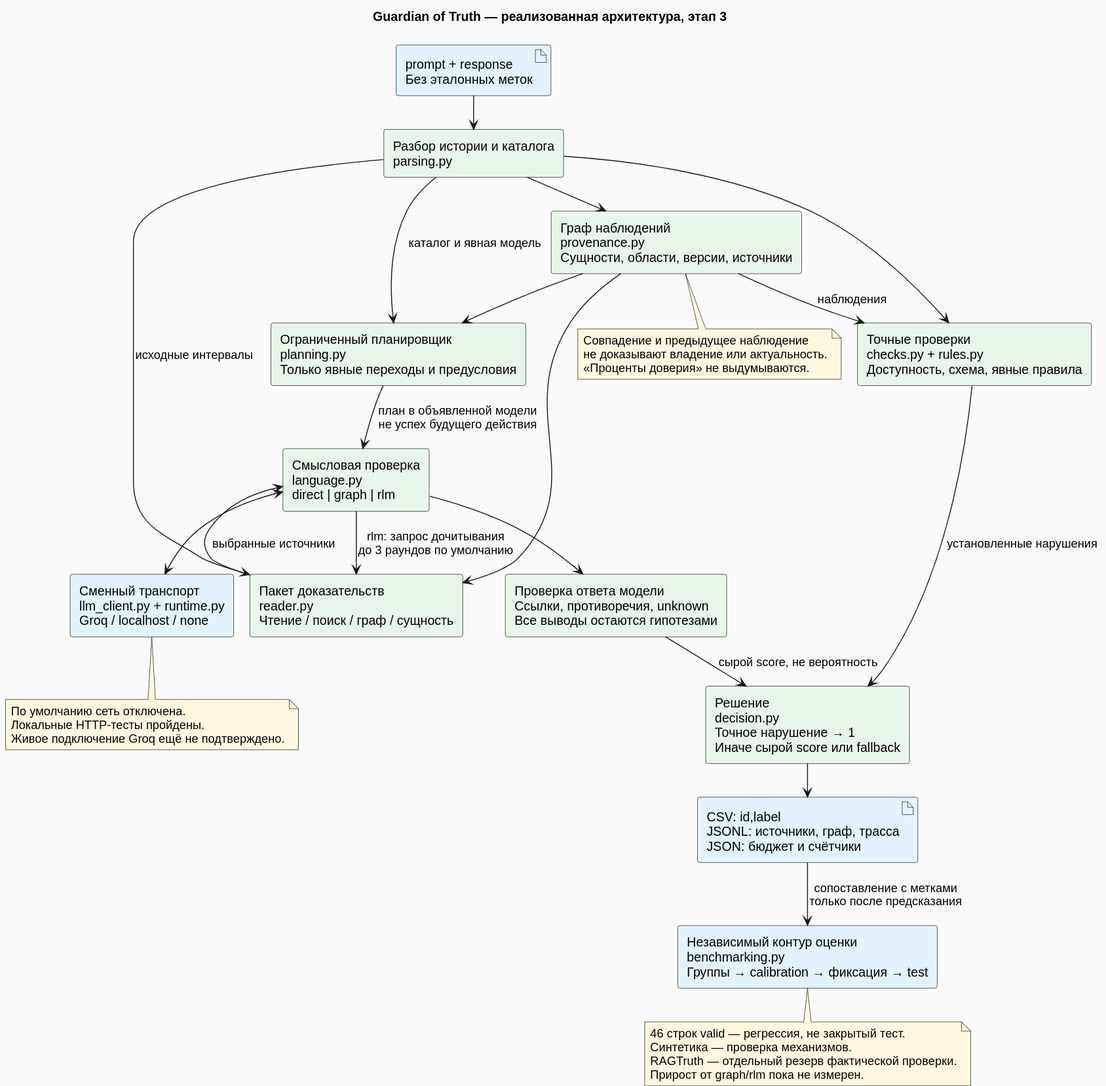
Before: docs/07_implemented_architecture.svg, a diagram exported from PlantUML (MYC-A/Guardian-of-Truth). Source of this version:
```plantuml
@startuml
!pragma layout smetana
title Guardian of Truth — реализованная архитектура, этап 3
top to bottom direction
skinparam backgroundColor #FAFAFA
skinparam shadowing false
skinparam defaultFontName Arial
skinparam componentStyle rectangle
skinparam componentBackgroundColor #E8F5E9
skinparam noteBackgroundColor #FFF8E1

artifact "prompt + response\nБез эталонных меток" as INPUT #E3F2FD
component "Разбор истории и каталога\nparsing.py" as PARSE
component "Точные проверки\nchecks.py + rules.py\nДоступность, схема, явные правила" as RULES
component "Граф наблюдений\nprovenance.py\nСущности, области, версии, источники" as GRAPH
component "Ограниченный планировщик\nplanning.py\nТолько явные переходы и предусловия" as PLAN
component "Пакет доказательств\nreader.py\nЧтение / поиск / граф / сущность" as READER
component "Смысловая проверка\nlanguage.py\ndirect | graph | rlm" as LLM
component "Проверка ответа модели\nСсылки, противоречия, unknown\nВсе выводы остаются гипотезами" as VALIDATE
component "Сменный транспорт\nllm_client.py + runtime.py\nGroq / localhost / none" as TRANSPORT #E3F2FD
component "Решение\ndecision.py\nТочное нарушение → 1\nИначе сырой score или fallback" as DECISION
artifact "CSV: id,label\nJSONL: источники, граф, трасса\nJSON: бюджет и счётчики" as OUTPUT #E3F2FD
component "Независимый контур оценки\nbenchmarking.py\nГруппы → calibration → фиксация → test" as EVAL #E3F2FD

INPUT --> PARSE
PARSE --> RULES
PARSE --> GRAPH
GRAPH --> RULES : наблюдения
GRAPH --> PLAN
PARSE --> PLAN : каталог и явная модель
GRAPH --> READER
PARSE --> READER : исходные интервалы
PLAN --> LLM : план в объявленной модели\nне успех будущего действия
READER --> LLM : выбранные источники
LLM --> READER : rlm: запрос дочитывания\nдо 3 раундов по умолчанию
LLM <--> TRANSPORT
LLM --> VALIDATE
VALIDATE --> DECISION : сырой score, не вероятность
RULES --> DECISION : установленные нарушения
DECISION --> OUTPUT
OUTPUT --> EVAL : сопоставление с метками\nтолько после предсказания

note bottom of TRANSPORT
  По умолчанию сеть отключена.
  Локальные HTTP-тесты пройдены.
  Живое подключение Groq ещё не подтверждено.
end note
note bottom of GRAPH
  Совпадение и предыдущее наблюдение
  не доказывают владение или актуальность.
  «Проценты доверия» не выдумываются.
end note
note bottom of EVAL
  46 строк valid — регрессия, не закрытый тест.
  Синтетика — проверка механизмов.
  RAGTruth — отдельный резерв фактической проверки.
  Прирост от graph/rlm пока не измерен.
end note
@enduml
```
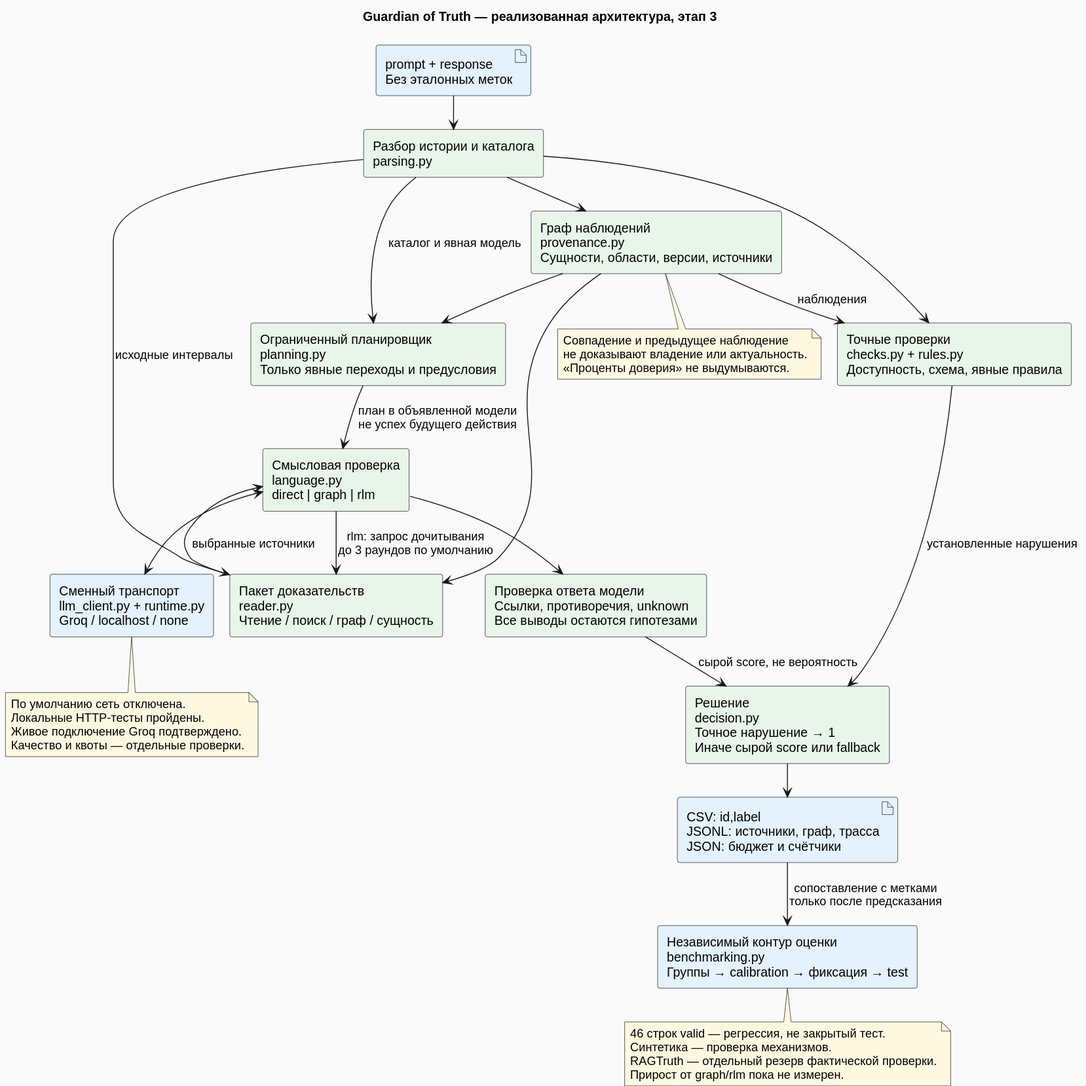
After the commit.

The edit, as a diff of the source:
```diff
@@ -43,7 +43,8 @@
 note bottom of TRANSPORT
   По умолчанию сеть отключена.
   Локальные HTTP-тесты пройдены.
-  Живое подключение Groq ещё не подтверждено.
+  Живое подключение Groq подтверждено.
+  Качество и квоты — отдельные проверки.
 end note
 note bottom of GRAPH
   Совпадение и предыдущее наблюдение
```
